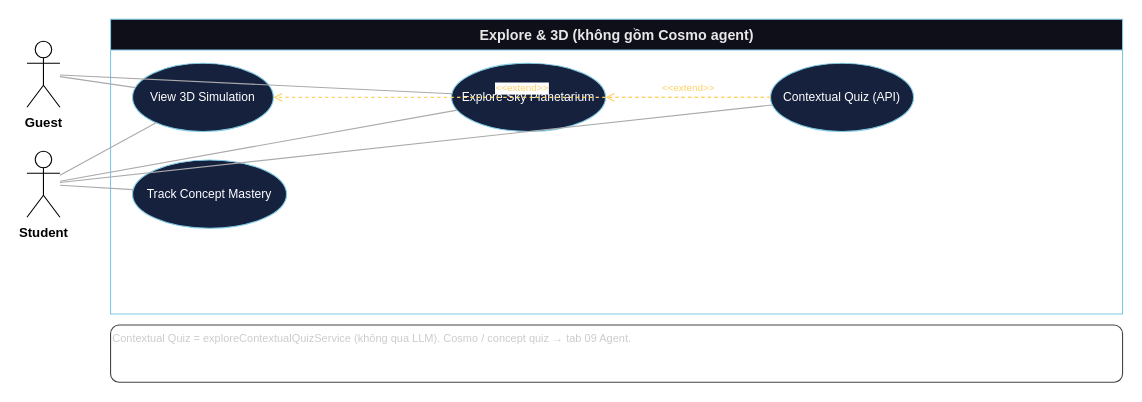
This is page "04 Explore" (4 of 9) of docs/diagrams/UC-Diagram.drawio from quangg1/ASTRO_EDU, a draw.io file, before an edit. Source tidied: cells renumbered, new cells numbered last; positions are measured from the earlier drawing's top-left corner, leaving out a move shared by most shapes. Both pictures are drawn from the tidied source at 110%, with x=0, y=0 at pixel (26, 19).
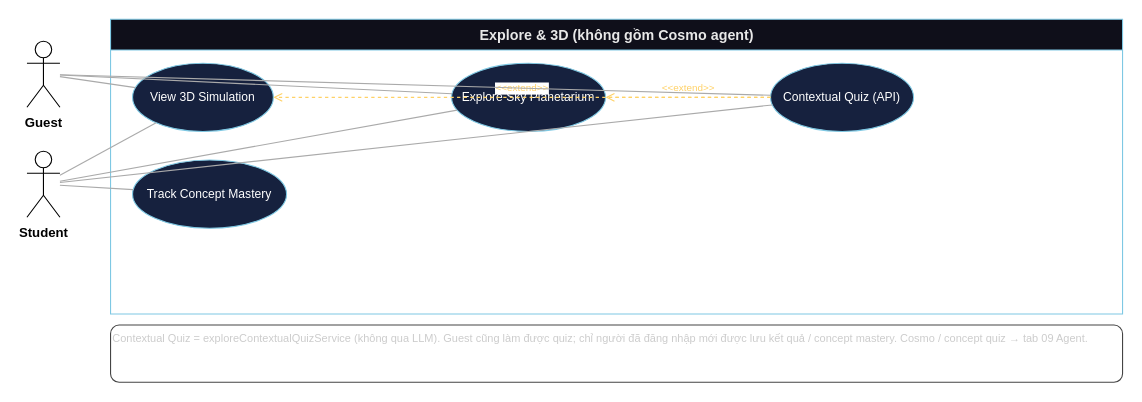
After the change.

Diff of the diagram source:
```diff
@@
 <mxGraphModel>
   <root>
     <mxCell id="0" />
     <mxCell id="1" parent="0" />
     <mxCell id="2" value="Explore &amp; 3D (không gồm Cosmo agent)" style="swimlane;startSize=28;fontStyle=1;fontSize=13;html=1;fillColor=#0f0f1a;fontColor=#e8e8e8;strokeColor=#7ec8e3;" parent="1" vertex="1">
       <mxGeometry x="76" width="920" height="268" as="geometry" />
     </mxCell>
     <mxCell id="3" value="Guest" style="shape=umlActor;verticalLabelPosition=bottom;verticalAlign=top;html=1;outlineConnect=0;fontSize=12;fontStyle=1;" parent="1" vertex="1">
       <mxGeometry y="20" width="30" height="60" as="geometry" />
     </mxCell>
     <mxCell id="4" value="Student" style="shape=umlActor;verticalLabelPosition=bottom;verticalAlign=top;html=1;outlineConnect=0;fontSize=12;fontStyle=1;" parent="1" vertex="1">
       <mxGeometry y="120" width="30" height="60" as="geometry" />
     </mxCell>
     <mxCell id="5" value="View 3D Simulation" style="ellipse;whiteSpace=wrap;html=1;fontSize=11;fontColor=#ffffff;fillColor=#16213e;strokeColor=#7ec8e3;" parent="2" vertex="1">
       <mxGeometry x="20" y="40" width="128" height="62" as="geometry" />
     </mxCell>
     <mxCell id="6" value="Explore Sky Planetarium" style="ellipse;whiteSpace=wrap;html=1;fontSize=11;fontColor=#ffffff;fillColor=#16213e;strokeColor=#7ec8e3;" parent="2" vertex="1">
       <mxGeometry x="310" y="40" width="140" height="62" as="geometry" />
     </mxCell>
     <mxCell id="7" value="Contextual Quiz (API)" style="ellipse;whiteSpace=wrap;html=1;fontSize=11;fontColor=#ffffff;fillColor=#16213e;strokeColor=#7ec8e3;" parent="2" vertex="1">
       <mxGeometry x="600" y="40" width="130" height="62" as="geometry" />
     </mxCell>
     <mxCell id="8" value="Track Concept Mastery" style="ellipse;whiteSpace=wrap;html=1;fontSize=11;fontColor=#ffffff;fillColor=#16213e;strokeColor=#7ec8e3;" parent="2" vertex="1">
       <mxGeometry x="20" y="128" width="140" height="62" as="geometry" />
     </mxCell>
     <mxCell id="9" value="&amp;lt;&amp;lt;extend&amp;gt;&amp;gt;" style="html=1;verticalAlign=bottom;endArrow=open;endFill=0;dashed=1;strokeColor=#ffd166;fontSize=9;fontColor=#ffd166;" parent="2" edge="1" source="7" target="6">
       <mxGeometry relative="1" as="geometry" />
     </mxCell>
     <mxCell id="10" value="&amp;lt;&amp;lt;extend&amp;gt;&amp;gt;" style="html=1;verticalAlign=bottom;endArrow=open;endFill=0;dashed=1;strokeColor=#ffd166;fontSize=9;fontColor=#ffd166;" parent="2" edge="1" source="7" target="5">
       <mxGeometry relative="1" as="geometry" />
     </mxCell>
     <mxCell id="11" style="rounded=1;html=1;endArrow=none;endFill=0;strokeColor=#aaaaaa;fontSize=10;" parent="1" edge="1" source="3" target="5">
       <mxGeometry relative="1" as="geometry" />
     </mxCell>
     <mxCell id="12" style="rounded=1;html=1;endArrow=none;endFill=0;strokeColor=#aaaaaa;fontSize=10;" parent="1" edge="1" source="3" target="6">
       <mxGeometry relative="1" as="geometry" />
     </mxCell>
+    <mxCell id="18" style="rounded=1;html=1;endArrow=none;endFill=0;strokeColor=#aaaaaa;fontSize=10;" parent="1" edge="1" source="3" target="7">
+      <mxGeometry relative="1" as="geometry" />
+    </mxCell>
     <mxCell id="13" style="rounded=1;html=1;endArrow=none;endFill=0;strokeColor=#aaaaaa;fontSize=10;" parent="1" edge="1" source="4" target="5">
       <mxGeometry relative="1" as="geometry" />
     </mxCell>
     <mxCell id="14" style="rounded=1;html=1;endArrow=none;endFill=0;strokeColor=#aaaaaa;fontSize=10;" parent="1" edge="1" source="4" target="6">
       <mxGeometry relative="1" as="geometry" />
     </mxCell>
     <mxCell id="15" style="rounded=1;html=1;endArrow=none;endFill=0;strokeColor=#aaaaaa;fontSize=10;" parent="1" edge="1" source="4" target="7">
       <mxGeometry relative="1" as="geometry" />
     </mxCell>
     <mxCell id="16" style="rounded=1;html=1;endArrow=none;endFill=0;strokeColor=#aaaaaa;fontSize=10;" parent="1" edge="1" source="4" target="8">
       <mxGeometry relative="1" as="geometry" />
     </mxCell>
-    <mxCell id="17" value="Contextual Quiz = exploreContextualQuizService (không qua LLM). Cosmo / concept quiz → tab 09 Agent." style="text;html=1;strokeColor=#444;fillColor=none;align=left;verticalAlign=top;fontSize=10;fontColor=#cccccc;rounded=1;" parent="1" vertex="1">
+    <mxCell id="17" value="Contextual Quiz = exploreContextualQuizService (không qua LLM). Guest cũng làm được quiz; chỉ người đã đăng nhập mới được lưu kết quả / concept mastery. Cosmo / concept quiz → tab 09 Agent." style="text;html=1;strokeColor=#444;fillColor=none;align=left;verticalAlign=top;fontSize=10;fontColor=#cccccc;rounded=1;" parent="1" vertex="1">
       <mxGeometry x="76" y="278" width="920" height="52" as="geometry" />
     </mxCell>
   </root>
 </mxGraphModel>
```
